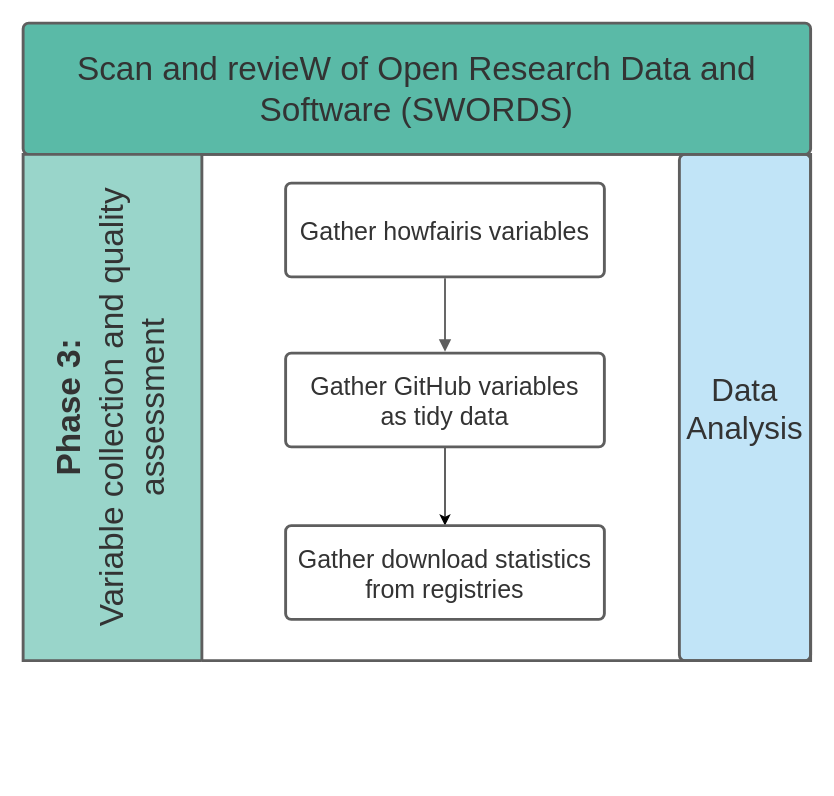
Earlier version of the draw.io diagram page "phase3" (4 of 4) of docs/SWORDS.drawio.xml (UtrechtUniversity/SWORDS-UU). Source tidied: cells renumbered, new cells numbered last; positions are measured from the earlier drawing's top-left corner, leaving out a move shared by most shapes. Both pictures are drawn from the tidied source at 125%, with x=0, y=0 at pixel (22, 22).
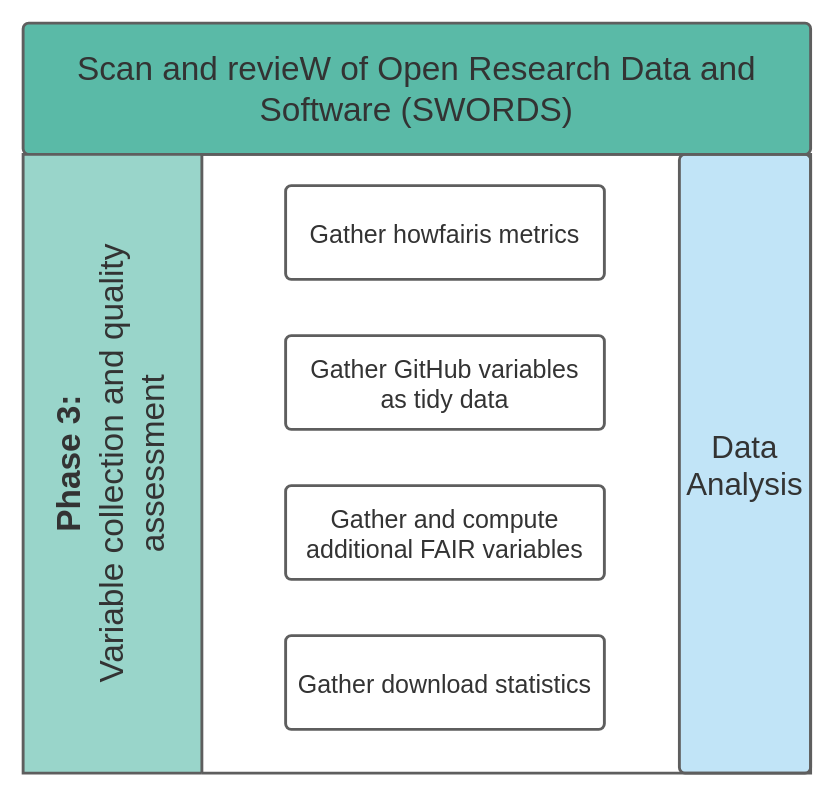
The same diagram, later.

The edit, as a diff of the source:
```diff
@@
 <mxGraphModel>
   <root>
     <mxCell id="0" />
     <mxCell id="1" parent="0" />
     <mxCell id="2" value="Scan and revieW of Open Research Data and Software (SWORDS) " style="html=1;overflow=block;blockSpacing=1;whiteSpace=wrap;fontSize=26.7;fontColor=#333333;spacing=3.8;strokeColor=#5e5e5e;strokeOpacity=100;fillOpacity=100;rounded=1;absoluteArcSize=1;arcSize=9;fillColor=#5abaa7;strokeWidth=2.3;" parent="1" vertex="1">
       <mxGeometry width="630" height="105" as="geometry" />
     </mxCell>
-    <mxCell id="3" value="Gather howfairis variables" style="html=1;overflow=block;blockSpacing=1;whiteSpace=wrap;fontSize=20;fontColor=#333333;spacing=9;strokeColor=#5e5e5e;strokeOpacity=100;rounded=1;absoluteArcSize=1;arcSize=9;strokeWidth=2.3;" parent="1" vertex="1">
-      <mxGeometry x="210" y="128" width="255" height="75" as="geometry" />
+    <mxCell id="3" value="Gather howfairis metrics" style="html=1;overflow=block;blockSpacing=1;whiteSpace=wrap;fontSize=20;fontColor=#333333;spacing=9;strokeColor=#5e5e5e;strokeOpacity=100;rounded=1;absoluteArcSize=1;arcSize=9;strokeWidth=2.3;" parent="1" vertex="1">
+      <mxGeometry x="210" y="130" width="255" height="75" as="geometry" />
     </mxCell>
-    <mxCell id="4" style="edgeStyle=orthogonalEdgeStyle;rounded=0;jettySize=auto;html=1;entryX=0.5;entryY=0;entryDx=0;entryDy=0;" parent="1" edge="1" source="5" target="9">
-      <mxGeometry relative="1" as="geometry" />
-    </mxCell>
     <mxCell id="5" value="Gather GitHub variables as tidy data" style="html=1;overflow=block;blockSpacing=1;whiteSpace=wrap;fontSize=20;fontColor=#333333;spacing=9;strokeColor=#5e5e5e;strokeOpacity=100;rounded=1;absoluteArcSize=1;arcSize=9;strokeWidth=2.3;" parent="1" vertex="1">
-      <mxGeometry x="210" y="264" width="255" height="75" as="geometry" />
+      <mxGeometry x="210" y="250" width="255" height="75" as="geometry" />
     </mxCell>
-    <mxCell id="6" style="html=1;jettySize=18;whiteSpace=wrap;overflow=block;blockSpacing=1;fontSize=13;strokeColor=#5E5E5E;strokeWidth=1.5;rounded=1;arcSize=12;edgeStyle=orthogonalEdgeStyle;startArrow=none;endArrow=block;endFill=1;exitX=0.5;exitY=1.015;exitPerimeter=0;entryX=0.5;entryY=-0.015;entryPerimeter=0;" parent="1" edge="1" source="3" target="5">
-      <mxGeometry relative="1" as="geometry" />
-    </mxCell>
     <mxCell id="7" value="Data Analysis" style="html=1;overflow=block;blockSpacing=1;whiteSpace=wrap;fontSize=25;fontColor=#333333;spacing=3.8;strokeColor=#5e5e5e;strokeOpacity=100;fillOpacity=100;rounded=1;absoluteArcSize=1;arcSize=9;fillColor=#c1e4f7;strokeWidth=2.3;" parent="1" vertex="1">
-      <mxGeometry x="525" y="105" width="105" height="405" as="geometry" />
+      <mxGeometry x="525" y="105" width="105" height="495" as="geometry" />
     </mxCell>
     <mxCell id="8" value="&lt;div style=&quot;display: flex; justify-content: center; text-align: center; align-items: baseline; font-size: 0; line-height: 1.25;margin-top: -2px;&quot;&gt;&lt;span&gt;&lt;span style=&quot;font-size:26.7px;color:#333333;font-weight: bold;&quot;&gt;Phase 3:&lt;/span&gt;&lt;span style=&quot;font-size:26.7px;color:#333333;&quot;&gt;&#10;Variable collection and quality assessment&lt;/span&gt;&lt;/span&gt;&lt;/div&gt;" style="swimlane;html=1;whiteSpace=wrap;fontStyle=0;startSize=143;rounded=0;horizontal=0;overflow=block;blockSpacing=1;spacing=0;strokeColor=#5e5e5e;strokeOpacity=100;fillOpacity=100;fillColor=#99d5ca;strokeWidth=2.3;fontSize=13;" parent="1" vertex="1">
-      <mxGeometry y="105" width="630" height="405" as="geometry" />
+      <mxGeometry y="105" width="630" height="495" as="geometry" />
     </mxCell>
-    <mxCell id="9" value="Gather download statistics from registries" style="html=1;overflow=block;blockSpacing=1;whiteSpace=wrap;fontSize=20;fontColor=#333333;spacing=9;strokeColor=#5e5e5e;strokeOpacity=100;rounded=1;absoluteArcSize=1;arcSize=9;strokeWidth=2.3;" parent="1" vertex="1">
-      <mxGeometry x="210" y="402" width="255" height="75" as="geometry" />
+    <mxCell id="9" value="Gather download statistics" style="html=1;overflow=block;blockSpacing=1;whiteSpace=wrap;fontSize=20;fontColor=#333333;spacing=9;strokeColor=#5e5e5e;strokeOpacity=100;rounded=1;absoluteArcSize=1;arcSize=9;strokeWidth=2.3;" parent="1" vertex="1">
+      <mxGeometry x="210" y="490" width="255" height="75" as="geometry" />
     </mxCell>
+    <mxCell id="10" value="Gather and compute additional FAIR variables" style="html=1;overflow=block;blockSpacing=1;whiteSpace=wrap;fontSize=20;fontColor=#333333;spacing=9;strokeColor=#5e5e5e;strokeOpacity=100;rounded=1;absoluteArcSize=1;arcSize=9;strokeWidth=2.3;" parent="1" vertex="1">
+      <mxGeometry x="210" y="370" width="255" height="75" as="geometry" />
+    </mxCell>
   </root>
 </mxGraphModel>
```
